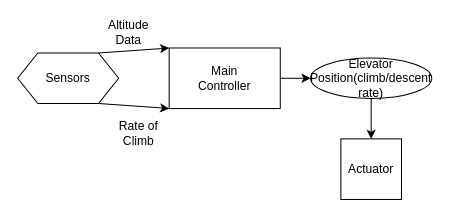
Before: Untitled Diagram.drawio in Rk1ele/Altitude-Control-system, a draw.io diagram. Source tidied: cells renumbered, new cells numbered last; positions are measured from the earlier drawing's top-left corner, leaving out a move shared by most shapes. Both pictures are drawn from the tidied source at 101%, with x=0, y=0 at pixel (17, 17).
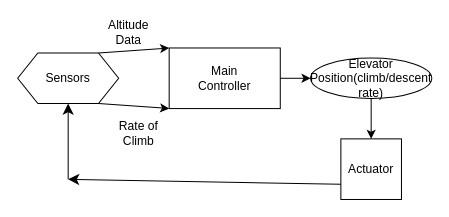
The same page after the edit.

Commit message:
Control Diagram

Unchanged cells that the change refers to:
```xml
<mxCell id="13" style="whiteSpace=wrap;html=1;" parent="1" vertex="1">
  <mxGeometry x="320" y="120" width="60" height="60" as="geometry" />
</mxCell>
```

The edit, as a diff of the source:
```diff
@@
+    <mxCell id="16" style="endArrow=classic;html=1;rounded=0;fontSize=12;startSize=8;endSize=8;curved=1;" parent="1" edge="1">
+      <mxGeometry relative="1" as="geometry">
+        <mxPoint x="50" y="160" as="sourcePoint" />
+        <mxPoint x="50" y="85" as="targetPoint" />
+      </mxGeometry>
+    </mxCell>
+    <mxCell id="17" style="endArrow=classic;html=1;rounded=0;fontSize=12;startSize=8;endSize=8;curved=1;exitX=0;exitY=0.75;exitDx=0;exitDy=0;" parent="1" edge="1" source="13">
+      <mxGeometry relative="1" as="geometry">
+        <mxPoint x="50" y="160" as="targetPoint" />
+      </mxGeometry>
+    </mxCell>
```
